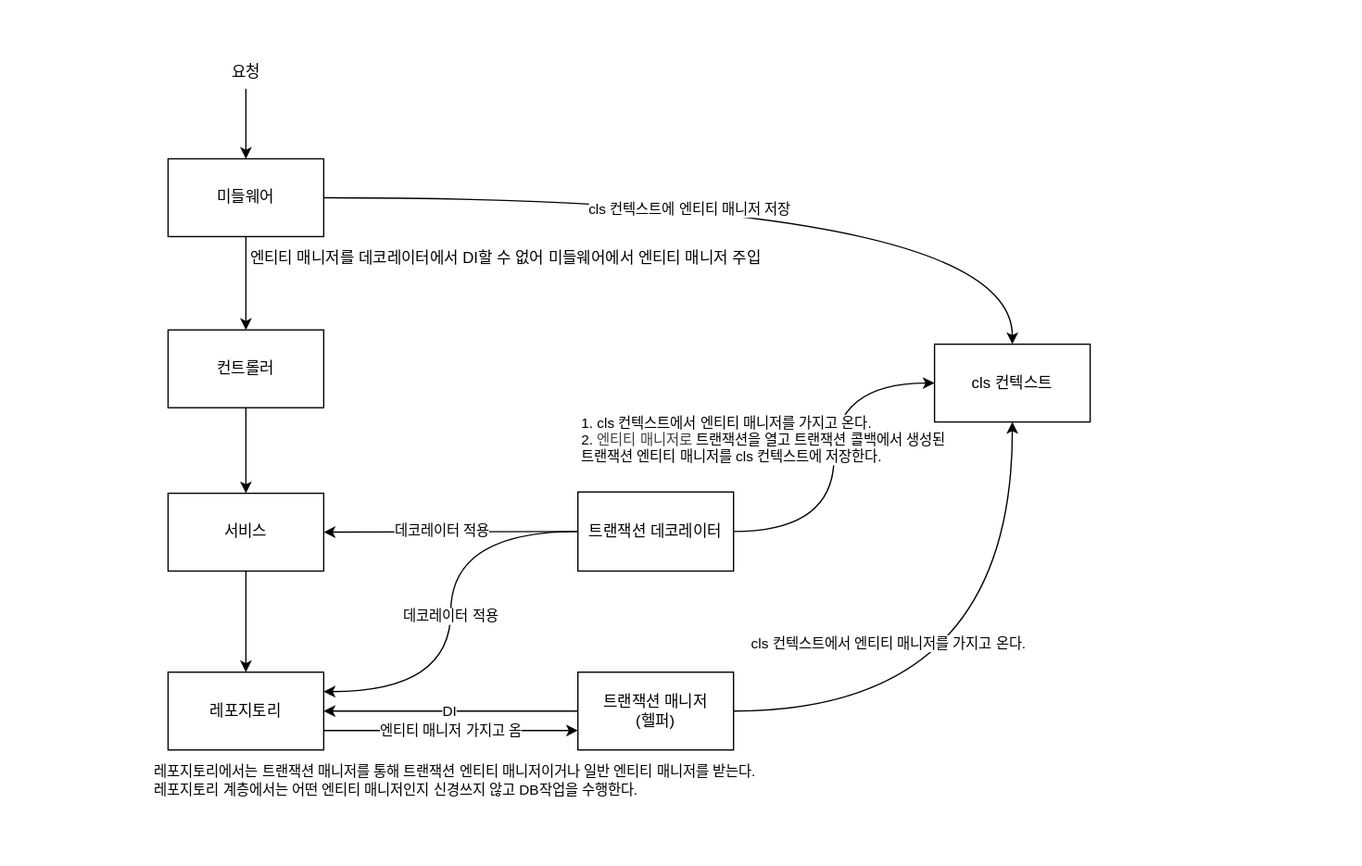
This is docs/transaction decorator work flow.drawio.svg from daniel-juyeon-kim/Quicker-V3, a draw.io export, as it was before one commit. Source tidied: cells renumbered, new cells last; positions are measured from the earlier drawing's top-left corner, leaving out a move shared by most shapes.
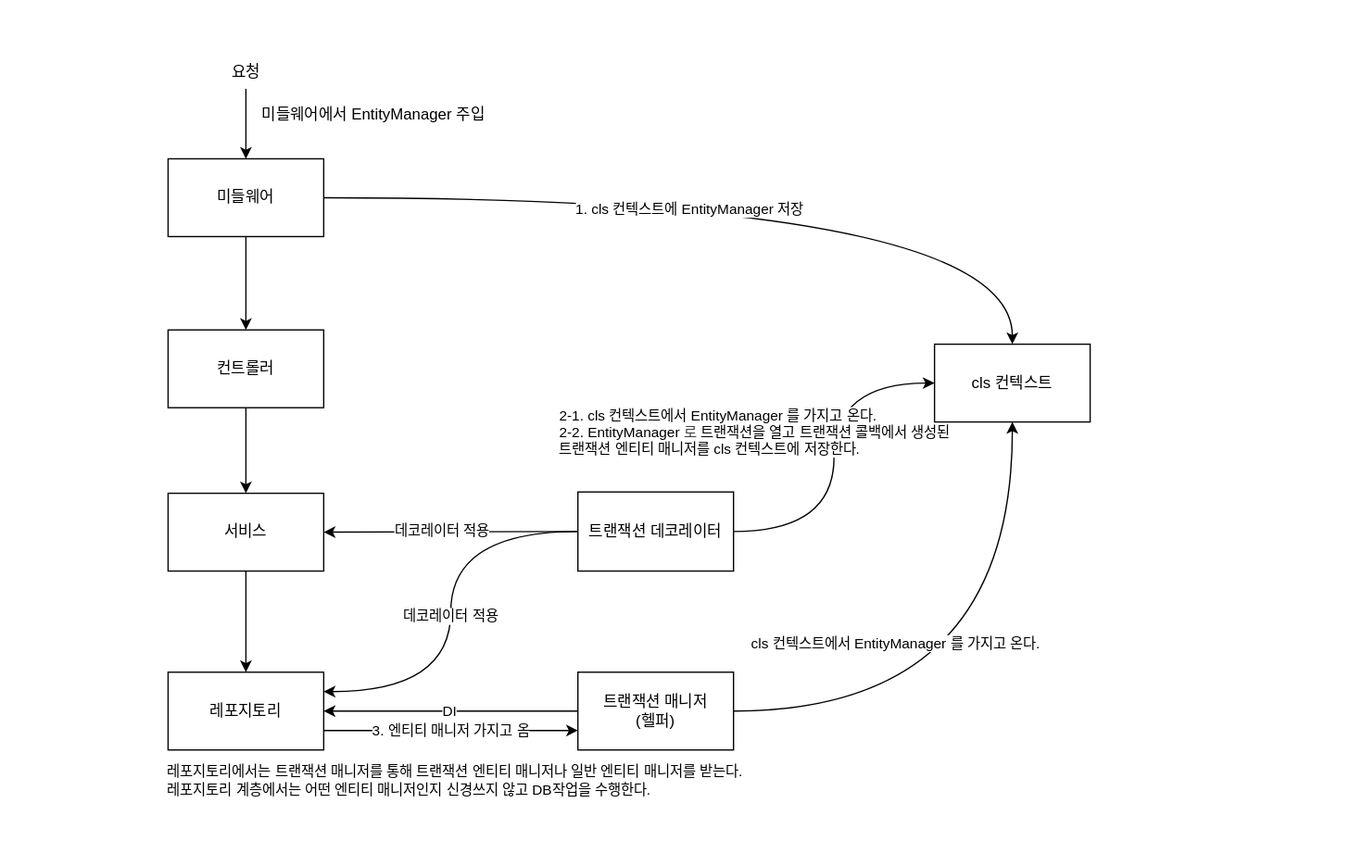
After the change.

Commit message:
docs(readme): readme.md, TypeORM 트랜잭션 데코레이터 만들기 업데이트

Change to the diagram source:
```diff
@@ -11,7 +11,7 @@
     <mxCell id="4" style="edgeStyle=orthogonalEdgeStyle;html=1;exitX=1;exitY=0.5;exitDx=0;exitDy=0;entryX=0.5;entryY=0;entryDx=0;entryDy=0;curved=1;" parent="1" edge="1" source="6" target="17">
       <mxGeometry relative="1" as="geometry" />
     </mxCell>
-    <mxCell id="5" value="cls 컨텍스트에 엔티티 매니저 저장" style="edgeLabel;html=1;align=center;verticalAlign=middle;" parent="4" vertex="1">
+    <mxCell id="5" value="1. cls 컨텍스트에 EntityManager&amp;nbsp;저장" style="edgeLabel;html=1;align=center;verticalAlign=middle;" parent="4" vertex="1">
       <mxGeometry x="-0.01" y="1" relative="1" as="geometry">
         <mxPoint x="-39" y="9" as="offset" />
       </mxGeometry>
@@ -31,7 +31,7 @@
     <mxCell id="10" value="서비스" style="rounded=0;whiteSpace=wrap;html=1;" parent="1" vertex="1">
       <mxGeometry x="129" y="380" width="120" height="60" as="geometry" />
     </mxCell>
-    <mxCell id="11" value="엔티티 매니저 가지고 옴" style="edgeStyle=none;html=1;exitX=1;exitY=0.75;exitDx=0;exitDy=0;entryX=0;entryY=0.75;entryDx=0;entryDy=0;" parent="1" edge="1" source="12" target="25">
+    <mxCell id="11" value="3. 엔티티 매니저 가지고 옴" style="edgeStyle=none;html=1;exitX=1;exitY=0.75;exitDx=0;exitDy=0;entryX=0;entryY=0.75;entryDx=0;entryDy=0;" parent="1" edge="1" source="12" target="25">
       <mxGeometry relative="1" as="geometry" />
     </mxCell>
     <mxCell id="12" value="레포지토리" style="rounded=0;whiteSpace=wrap;html=1;" parent="1" vertex="1">
@@ -40,15 +40,15 @@
     <mxCell id="13" style="edgeStyle=orthogonalEdgeStyle;html=1;entryX=0;entryY=0.5;entryDx=0;entryDy=0;curved=1;exitX=1;exitY=0.5;exitDx=0;exitDy=0;" parent="1" edge="1" source="22" target="17">
       <mxGeometry relative="1" as="geometry" />
     </mxCell>
-    <mxCell id="14" value="&lt;div&gt;1. cls 컨텍스트에서 엔티티 매니저를 가지고 온다.&lt;/div&gt;&lt;div&gt;2.&amp;nbsp;&lt;span style=&quot;color: rgb(63, 63, 63); background-color: light-dark(#ffffff, var(--ge-dark-color, #121212));&quot;&gt;엔티티 매니저로&amp;nbsp;&lt;/span&gt;&lt;span style=&quot;background-color: light-dark(#ffffff, var(--ge-dark-color, #121212));&quot;&gt;트랜잭션을 열고 트랜잭션 콜백에서 생성된&lt;/span&gt;&lt;/div&gt;&lt;div&gt;&amp;nbsp; &amp;nbsp; 트랜잭션 엔티티 매니저를 cls 컨텍스트에 저장한다.&lt;/div&gt;" style="edgeLabel;html=1;align=left;verticalAlign=middle;" parent="13" vertex="1">
+    <mxCell id="14" value="&lt;div&gt;2-1. cls 컨텍스트에서&amp;nbsp;&lt;span style=&quot;color: rgb(0, 0, 0); text-align: center;&quot;&gt;EntityManager&lt;/span&gt;를 가지고 온다.&lt;/div&gt;&lt;div&gt;2-2.&amp;nbsp;&lt;span style=&quot;color: rgb(63, 63, 63); background-color: light-dark(#ffffff, var(--ge-dark-color, #121212));&quot;&gt;&lt;span style=&quot;color: rgb(0, 0, 0); text-align: center;&quot;&gt;EntityManager&lt;/span&gt;로&amp;nbsp;&lt;/span&gt;&lt;span style=&quot;background-color: light-dark(#ffffff, var(--ge-dark-color, #121212));&quot;&gt;트랜잭션을 열고 트랜잭션 콜백에서 생성된&lt;/span&gt;&lt;/div&gt;&lt;div&gt;&amp;nbsp; &amp;nbsp; 트랜잭션 엔티티 매니저를 cls 컨텍스트에 저장한다.&lt;/div&gt;" style="edgeLabel;html=1;align=left;verticalAlign=middle;" parent="13" vertex="1">
       <mxGeometry x="-0.09" y="-2" relative="1" as="geometry">
-        <mxPoint x="-199" y="-27" as="offset" />
+        <mxPoint x="-216" y="-33" as="offset" />
       </mxGeometry>
     </mxCell>
     <mxCell id="15" style="edgeStyle=orthogonalEdgeStyle;html=1;curved=1;exitX=1;exitY=0.5;exitDx=0;exitDy=0;" parent="1" edge="1" source="25" target="17">
       <mxGeometry relative="1" as="geometry" />
     </mxCell>
-    <mxCell id="16" value="cls 컨텍스트에서 엔티티 매니저를 가지고 온다." style="edgeLabel;html=1;align=left;verticalAlign=middle;" parent="15" vertex="1">
+    <mxCell id="16" value="cls 컨텍스트에서&amp;nbsp;&lt;span style=&quot;color: rgb(0, 0, 0); text-align: center;&quot;&gt;EntityManager&lt;/span&gt;를 가지고 온다." style="edgeLabel;html=1;align=left;verticalAlign=middle;" parent="15" vertex="1">
       <mxGeometry x="-0.02" y="-2" relative="1" as="geometry">
         <mxPoint x="-205" y="-53" as="offset" />
       </mxGeometry>
@@ -90,11 +90,11 @@
     <mxCell id="27" value="요청" style="text;html=1;align=center;verticalAlign=middle;points=[];strokeColor=none;fillColor=none;" parent="1" vertex="1">
       <mxGeometry x="169.5" y="42" width="39" height="26" as="geometry" />
     </mxCell>
-    <mxCell id="28" value="엔티티 매니저를 데코레이터에서 DI할 수 없어 미들웨어에서 엔티티 매니저 주입" style="text;html=1;align=center;verticalAlign=middle;strokeColor=none;fillColor=none;" parent="1" vertex="1">
-      <mxGeometry x="193" y="186" width="392" height="26" as="geometry" />
+    <mxCell id="28" value="미들웨어에서&amp;nbsp;&lt;span style=&quot;color: rgb(0, 0, 0);&quot;&gt;EntityManager&lt;/span&gt;&amp;nbsp;주입" style="text;html=1;align=center;verticalAlign=middle;strokeColor=none;fillColor=none;" parent="1" vertex="1">
+      <mxGeometry x="194" y="75" width="185" height="26" as="geometry" />
     </mxCell>
-    <mxCell id="29" value="&lt;div style=&quot;font-size: 11px; text-align: left;&quot;&gt;&lt;span style=&quot;background-color: light-dark(#ffffff, var(--ge-dark-color, #121212));&quot;&gt;레포지토리에서는 트랜잭션 매니저를 통해 트랜잭션 엔티티 매니저이거나 일반 엔티티 매니저를 받는다.&lt;/span&gt;&lt;/div&gt;&lt;div style=&quot;font-size: 11px; text-align: left;&quot;&gt;&lt;span style=&quot;background-color: light-dark(#ffffff, var(--ge-dark-color, #121212));&quot;&gt;레포지토리 계층에서는 어떤 엔티티 매니저인지 신경쓰지 않고 DB작업을 수행한다.&lt;/span&gt;&lt;/div&gt;" style="text;html=1;align=center;verticalAlign=middle;strokeColor=none;fillColor=none;" parent="1" vertex="1">
-      <mxGeometry x="119" y="583" width="461" height="38" as="geometry" />
+    <mxCell id="29" value="&lt;div style=&quot;font-size: 11px; text-align: left;&quot;&gt;&lt;span style=&quot;background-color: light-dark(#ffffff, var(--ge-dark-color, #121212));&quot;&gt;레포지토리에서는 트랜잭션 매니저를 통해 트랜잭션 엔티티 매니저나 일반 엔티티 매니저를 받는다.&lt;/span&gt;&lt;/div&gt;&lt;div style=&quot;font-size: 11px; text-align: left;&quot;&gt;&lt;span style=&quot;background-color: light-dark(#ffffff, var(--ge-dark-color, #121212));&quot;&gt;레포지토리 계층에서는 어떤 엔티티 매니저인지 신경쓰지 않고 DB작업을 수행한다.&lt;/span&gt;&lt;/div&gt;" style="text;html=1;align=center;verticalAlign=middle;strokeColor=none;fillColor=none;" parent="1" vertex="1">
+      <mxGeometry x="129" y="583" width="442" height="38" as="geometry" />
     </mxCell>
   </root>
 </mxGraphModel>
```
